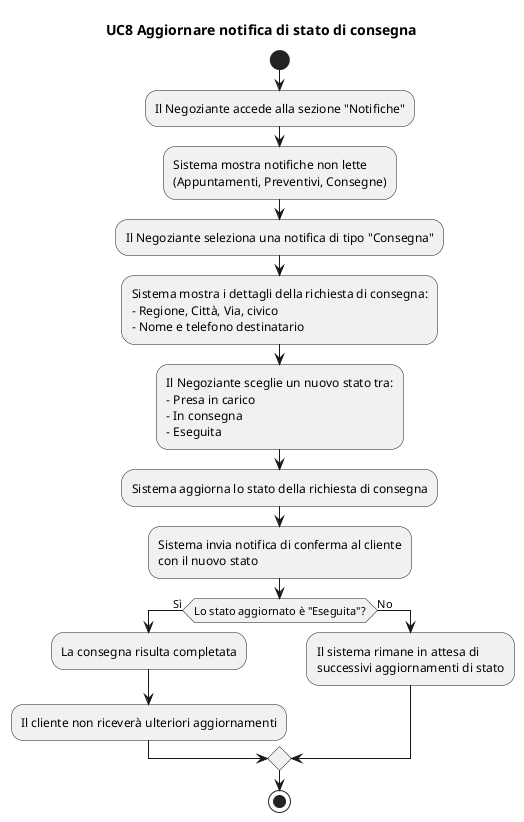
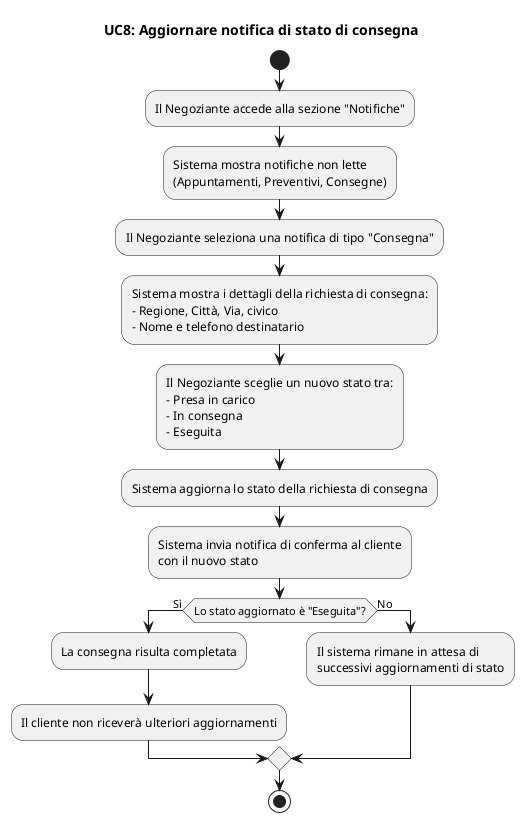
@startuml
- title UC8 Aggiornare notifica di stato di consegna
+ title UC8: Aggiornare notifica di stato di consegna
start

:Il Negoziante accede alla sezione "Notifiche";
:Sistema mostra notifiche non lette
(Appuntamenti, Preventivi, Consegne);
:Il Negoziante seleziona una notifica di tipo "Consegna";

:Sistema mostra i dettagli della richiesta di consegna:
- Regione, Città, Via, civico
- Nome e telefono destinatario;

:Il Negoziante sceglie un nuovo stato tra:
- Presa in carico
- In consegna
- Eseguita;

:Sistema aggiorna lo stato della richiesta di consegna;

:Sistema invia notifica di conferma al cliente
con il nuovo stato;

if (Lo stato aggiornato è "Eseguita"?) then (Sì)
  :La consegna risulta completata;
  :Il cliente non riceverà ulteriori aggiornamenti;
else (No)
  :Il sistema rimane in attesa di
  successivi aggiornamenti di stato;
endif

stop
@enduml